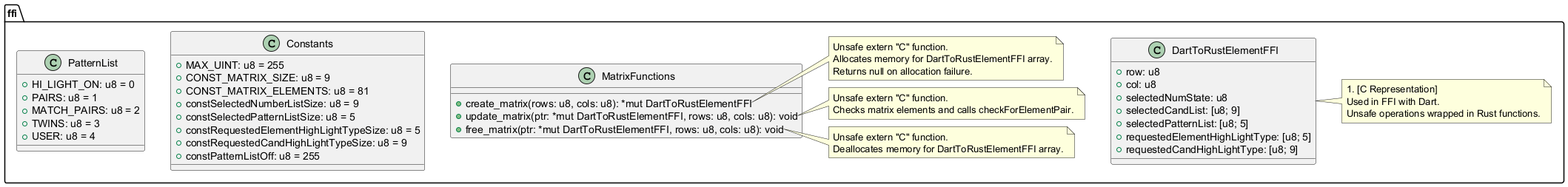
MirkoThulke/Dart_Flutter_Sudoku keeps this PlantUML diagram as doc/diagrams/ffi.png. Above is the earlier version. The source it was exported from:
```plantuml
@startuml

package ffi {

  class DartToRustElementFFI {
    +row: u8
    +col: u8
    +selectedNumState: u8
    +selectedCandList: [u8; 9]
    +selectedPatternList: [u8; 5]
    +requestedElementHighLightType: [u8; 5]
    +requestedCandHighLightType: [u8; 9]
  }

  note right of DartToRustElementFFI
    #[C Representation]
    Used in FFI with Dart.
    Unsafe operations wrapped in Rust functions.
  end note

  class Constants {
    +MAX_UINT: u8 = 255
    +CONST_MATRIX_SIZE: u8 = 9
    +CONST_MATRIX_ELEMENTS: u8 = 81
    +constSelectedNumberListSize: u8 = 9
    +constSelectedPatternListSize: u8 = 5
    +constRequestedElementHighLightTypeSize: u8 = 5
    +constRequestedCandHighLightTypeSize: u8 = 9
    +constPatternListOff: u8 = 255
  }

  class PatternList {
    +HI_LIGHT_ON: u8 = 0
    +PAIRS: u8 = 1
    +MATCH_PAIRS: u8 = 2
    +TWINS: u8 = 3
    +USER: u8 = 4
  }

  class MatrixFunctions {
    +create_matrix(rows: u8, cols: u8): *mut DartToRustElementFFI
    +update_matrix(ptr: *mut DartToRustElementFFI, rows: u8, cols: u8): void
    +free_matrix(ptr: *mut DartToRustElementFFI, rows: u8, cols: u8): void
  }

  note right of MatrixFunctions::create_matrix
    Unsafe extern "C" function.
    Allocates memory for DartToRustElementFFI array.
    Returns null on allocation failure.
  end note

  note right of MatrixFunctions::update_matrix
    Unsafe extern "C" function.
    Checks matrix elements and calls checkForElementPair.
  end note

  note right of MatrixFunctions::free_matrix
    Unsafe extern "C" function.
    Deallocates memory for DartToRustElementFFI array.
  end note

}

@enduml
```
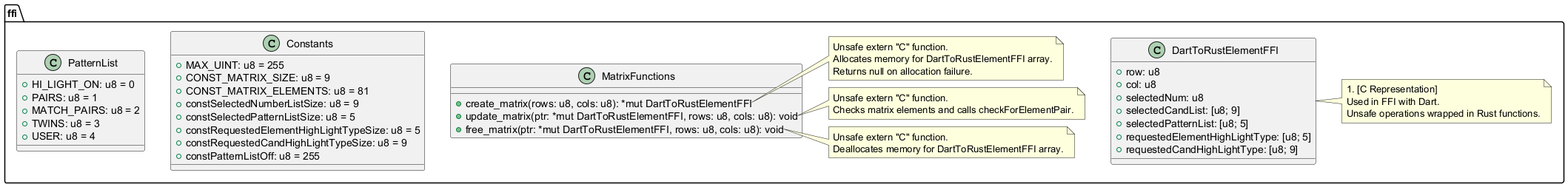
After the commit.

Diff of the diagram source:
```diff
@@ -5,7 +5,7 @@
   class DartToRustElementFFI {
     +row: u8
     +col: u8
-    +selectedNumState: u8
+    +selectedNum: u8
     +selectedCandList: [u8; 9]
     +selectedPatternList: [u8; 5]
     +requestedElementHighLightType: [u8; 5]
```
